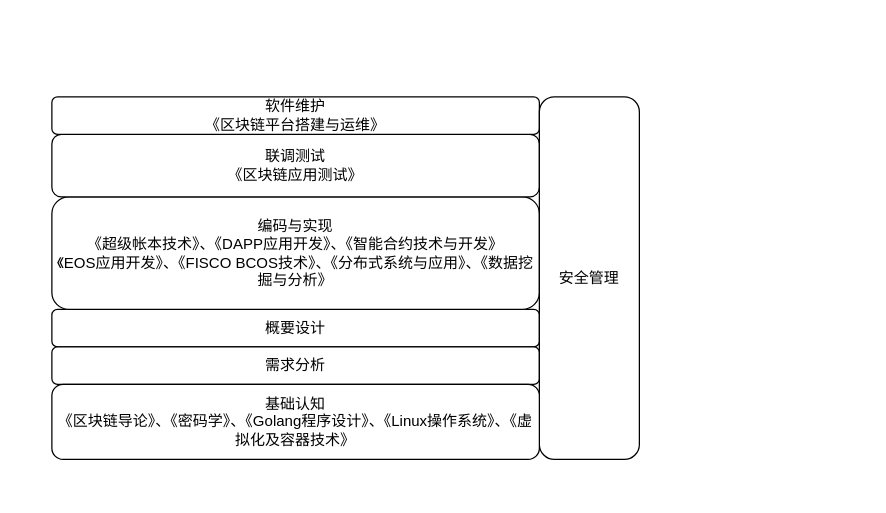
luuuuo/luuuuo_content keeps this draw.io diagram as 核心专业课.drawio. Above is the earlier version. Source tidied: cells renumbered, new cells numbered last; positions are measured from the earlier drawing's top-left corner, leaving out a move shared by most shapes. Both pictures are drawn from the tidied source at 125%, with x=0, y=0 at pixel (51, 96).
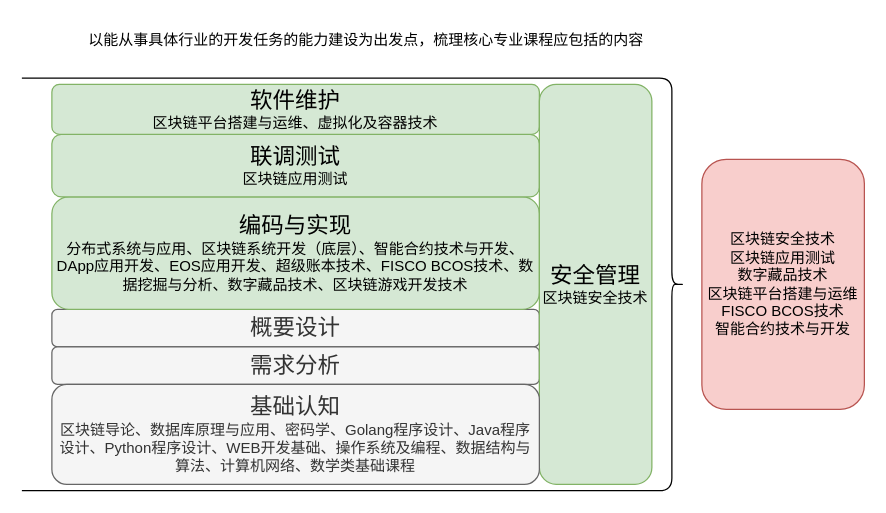
The same diagram, later.

Commit message (it also covers changes not shown here):
更新核心专业课.drawio

Change to the diagram source:
```diff
@@
 <mxGraphModel>
   <root>
     <mxCell id="0" />
     <mxCell id="1" parent="0" />
-    <mxCell id="2" value="概要设计" style="rounded=1;whiteSpace=wrap;html=1;" parent="1" vertex="1">
+    <mxCell id="2" value="&lt;font style=&quot;font-size: 18px;&quot;&gt;概要设计&lt;/font&gt;" style="rounded=1;whiteSpace=wrap;html=1;fillColor=#f5f5f5;fontColor=#333333;strokeColor=#666666;" parent="1" vertex="1">
       <mxGeometry y="170" width="390" height="30" as="geometry" />
     </mxCell>
-    <mxCell id="3" value="需求分析" style="rounded=1;whiteSpace=wrap;html=1;" parent="1" vertex="1">
+    <mxCell id="3" value="&lt;font style=&quot;font-size: 18px;&quot;&gt;需求分析&lt;/font&gt;" style="rounded=1;whiteSpace=wrap;html=1;fillColor=#f5f5f5;fontColor=#333333;strokeColor=#666666;" parent="1" vertex="1">
       <mxGeometry y="200" width="390" height="30" as="geometry" />
     </mxCell>
-    <mxCell id="4" value="编码与实现&lt;br&gt;《超级帐本技术》、《DAPP应用开发》、《智能合约技术与开发》&lt;br&gt;《EOS应用开发》、《FISCO BCOS技术》、《分布式系统与应用》、《数据挖掘与分析》" style="rounded=1;whiteSpace=wrap;html=1;" parent="1" vertex="1">
+    <mxCell id="4" value="&lt;font style=&quot;font-size: 18px;&quot;&gt;编码与实现&lt;br&gt;&lt;/font&gt;&lt;div&gt;分布式系统与应用、&lt;span style=&quot;background-color: initial;&quot;&gt;区块链系统开发（底层）、&lt;/span&gt;&lt;span style=&quot;background-color: initial;&quot;&gt;智能合约技术与开发、&lt;/span&gt;&lt;span style=&quot;background-color: initial;&quot;&gt;DApp应用开发、&lt;/span&gt;&lt;span style=&quot;background-color: initial;&quot;&gt;EOS应用开发、&lt;/span&gt;&lt;span style=&quot;background-color: initial;&quot;&gt;超级账本技术、&lt;/span&gt;&lt;span style=&quot;background-color: initial;&quot;&gt;FISCO BCOS技术、&lt;/span&gt;&lt;span style=&quot;background-color: initial;&quot;&gt;数据挖掘与分析、数字藏品技术、区块链游戏开发技术&lt;/span&gt;&lt;/div&gt;" style="rounded=1;whiteSpace=wrap;html=1;fillColor=#d5e8d4;strokeColor=#82b366;" parent="1" vertex="1">
       <mxGeometry y="80" width="390" height="90" as="geometry" />
     </mxCell>
-    <mxCell id="5" value="联调测试&lt;br&gt;《区块链应用测试》" style="rounded=1;whiteSpace=wrap;html=1;" parent="1" vertex="1">
+    <mxCell id="5" value="&lt;font style=&quot;font-size: 18px;&quot;&gt;联调测试&lt;br&gt;&lt;/font&gt;区块链应用测试" style="rounded=1;whiteSpace=wrap;html=1;fillColor=#d5e8d4;strokeColor=#82b366;" parent="1" vertex="1">
       <mxGeometry y="30" width="390" height="50" as="geometry" />
     </mxCell>
-    <mxCell id="6" value="软件维护&lt;br&gt;《区块链平台搭建与运维》" style="rounded=1;whiteSpace=wrap;html=1;" parent="1" vertex="1">
-      <mxGeometry width="390" height="30" as="geometry" />
+    <mxCell id="6" value="&lt;font style=&quot;font-size: 18px;&quot;&gt;软件维护&lt;br&gt;&lt;/font&gt;区块链平台搭建与运维、虚拟化及容器技术" style="rounded=1;whiteSpace=wrap;html=1;fillColor=#d5e8d4;strokeColor=#82b366;" parent="1" vertex="1">
+      <mxGeometry y="-10" width="390" height="40" as="geometry" />
     </mxCell>
-    <mxCell id="7" value="安全管理" style="rounded=1;whiteSpace=wrap;html=1;" parent="1" vertex="1">
-      <mxGeometry x="390" width="80" height="290" as="geometry" />
+    <mxCell id="7" value="&lt;font style=&quot;font-size: 18px;&quot;&gt;安全管理&lt;/font&gt;&lt;br&gt;区块链安全技术" style="rounded=1;whiteSpace=wrap;html=1;fillColor=#d5e8d4;strokeColor=#82b366;" parent="1" vertex="1">
+      <mxGeometry x="390" y="-10" width="90" height="320" as="geometry" />
     </mxCell>
-    <mxCell id="8" value="基础认知&lt;br&gt;《区块链导论》、《密码学》、《Golang程序设计》、《Linux操作系统》、《虚拟化及容器技术》" style="rounded=1;whiteSpace=wrap;html=1;" parent="1" vertex="1">
-      <mxGeometry y="230" width="390" height="60" as="geometry" />
+    <mxCell id="8" value="&lt;font style=&quot;font-size: 18px;&quot;&gt;基础认知&lt;/font&gt;&lt;br&gt;&lt;div&gt;区块链导论、&lt;span style=&quot;background-color: initial;&quot;&gt;数据库原理与应用、&lt;/span&gt;&lt;span style=&quot;background-color: initial;&quot;&gt;密码学、&lt;/span&gt;&lt;span style=&quot;background-color: initial;&quot;&gt;Golang程序设计、&lt;/span&gt;&lt;span style=&quot;background-color: initial;&quot;&gt;Java程序设计、&lt;/span&gt;&lt;span style=&quot;background-color: initial;&quot;&gt;Python程序设计、&lt;/span&gt;&lt;span style=&quot;background-color: initial;&quot;&gt;WEB开发基础、&lt;/span&gt;&lt;span style=&quot;background-color: initial;&quot;&gt;操作系统及编程、&lt;/span&gt;&lt;span style=&quot;background-color: initial;&quot;&gt;数据结构与算法、&lt;/span&gt;&lt;span style=&quot;background-color: initial;&quot;&gt;计算机网络、&lt;/span&gt;&lt;span style=&quot;background-color: initial;&quot;&gt;数学类基础课程&lt;/span&gt;&lt;/div&gt;" style="rounded=1;whiteSpace=wrap;html=1;fillColor=#f5f5f5;fontColor=#333333;strokeColor=#666666;" parent="1" vertex="1">
+      <mxGeometry y="230" width="390" height="80" as="geometry" />
     </mxCell>
+    <mxCell id="9" value="以能从事具体行业的开发任务的能力建设为出发点，梳理核心专业课程应包括的内容" style="text;html=1;align=center;verticalAlign=middle;strokeColor=none;fillColor=none;" parent="1" vertex="1">
+      <mxGeometry x="16" y="-60" width="470" height="30" as="geometry" />
+    </mxCell>
+    <mxCell id="10" style="shape=curlyBracket;whiteSpace=wrap;html=1;rounded=1;flipH=1;labelPosition=right;verticalLabelPosition=middle;align=left;verticalAlign=middle;size=0.018867924528301886;" parent="1" vertex="1">
+      <mxGeometry x="-24" y="-15" width="530" height="330" as="geometry" />
+    </mxCell>
+    <mxCell id="11" value="区块链安全技术&lt;br style=&quot;border-color: var(--border-color);&quot;&gt;区块链应用测试&lt;br&gt;数字藏品技术&lt;br&gt;区块链平台搭建与运维&lt;br style=&quot;border-color: var(--border-color);&quot;&gt;FISCO BCOS技术&lt;br style=&quot;border-color: var(--border-color);&quot;&gt;智能合约技术与开发" style="rounded=1;whiteSpace=wrap;html=1;fillColor=#f8cecc;strokeColor=#b85450;" parent="1" vertex="1">
+      <mxGeometry x="520" y="50" width="130" height="200" as="geometry" />
+    </mxCell>
   </root>
 </mxGraphModel>
```
